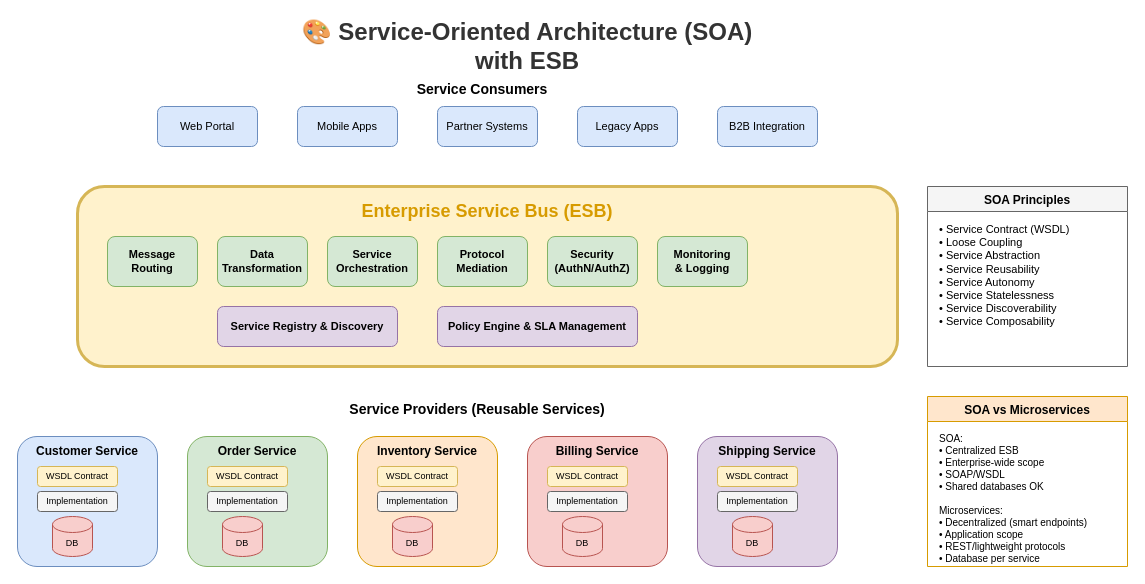
Above: lesson-01-software-design-architecture/diagrams/2.3-soa-esb-architecture.drawio in MrParkerZ7/document-lesson-software-architect-x-claude (draw.io), before the change. Source tidied: cells renumbered, new cells numbered last; positions are measured from the earlier drawing's top-left corner, leaving out a move shared by most shapes. Both pictures are drawn from the tidied source at 100%, with x=0, y=0 at pixel (17, 26).
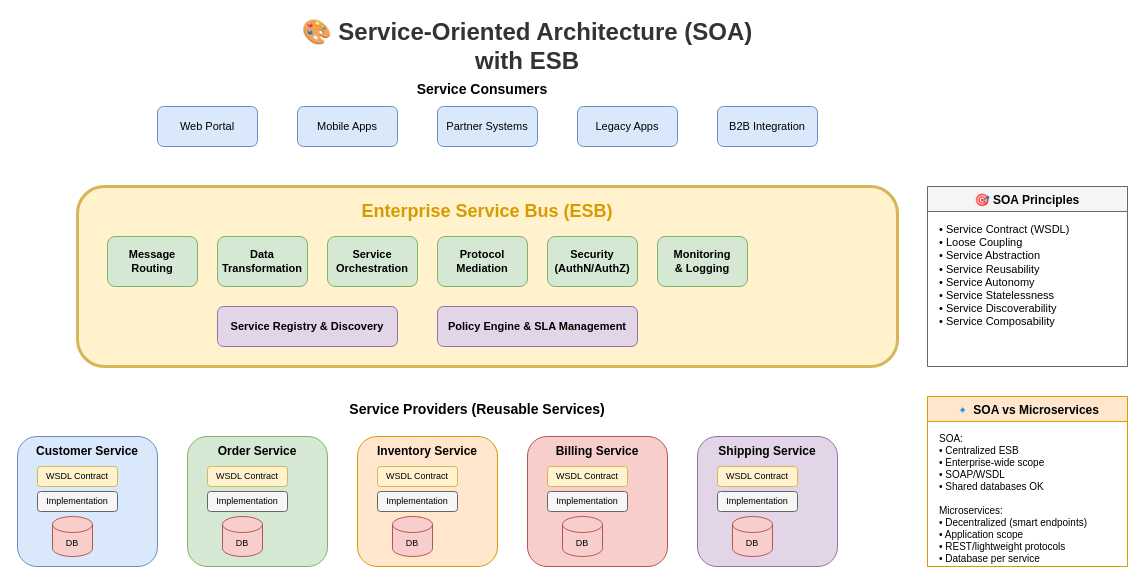
The same page after the edit.

What changed in the source:
```diff
@@
-    <mxCell id="45" value="SOA Principles" style="swimlane;fontStyle=1;align=center;verticalAlign=top;horizontal=1;startSize=25;fillColor=#f5f5f5;strokeColor=#666666;" parent="1" vertex="1">
+    <mxCell id="45" value="🎯 SOA Principles" style="swimlane;fontStyle=1;align=center;verticalAlign=top;horizontal=1;startSize=25;fillColor=#f5f5f5;strokeColor=#666666;" parent="1" vertex="1">
       <mxGeometry x="910" y="160" width="200" height="180" as="geometry" />
     </mxCell>
@@
-    <mxCell id="47" value="SOA vs Microservices" style="swimlane;fontStyle=1;align=center;verticalAlign=top;horizontal=1;startSize=25;fillColor=#ffe6cc;strokeColor=#d79b00;" parent="1" vertex="1">
+    <mxCell id="47" value="🔹 SOA vs Microservices" style="swimlane;fontStyle=1;align=center;verticalAlign=top;horizontal=1;startSize=25;fillColor=#ffe6cc;strokeColor=#d79b00;" parent="1" vertex="1">
       <mxGeometry x="910" y="370" width="200" height="170" as="geometry" />
     </mxCell>
```
